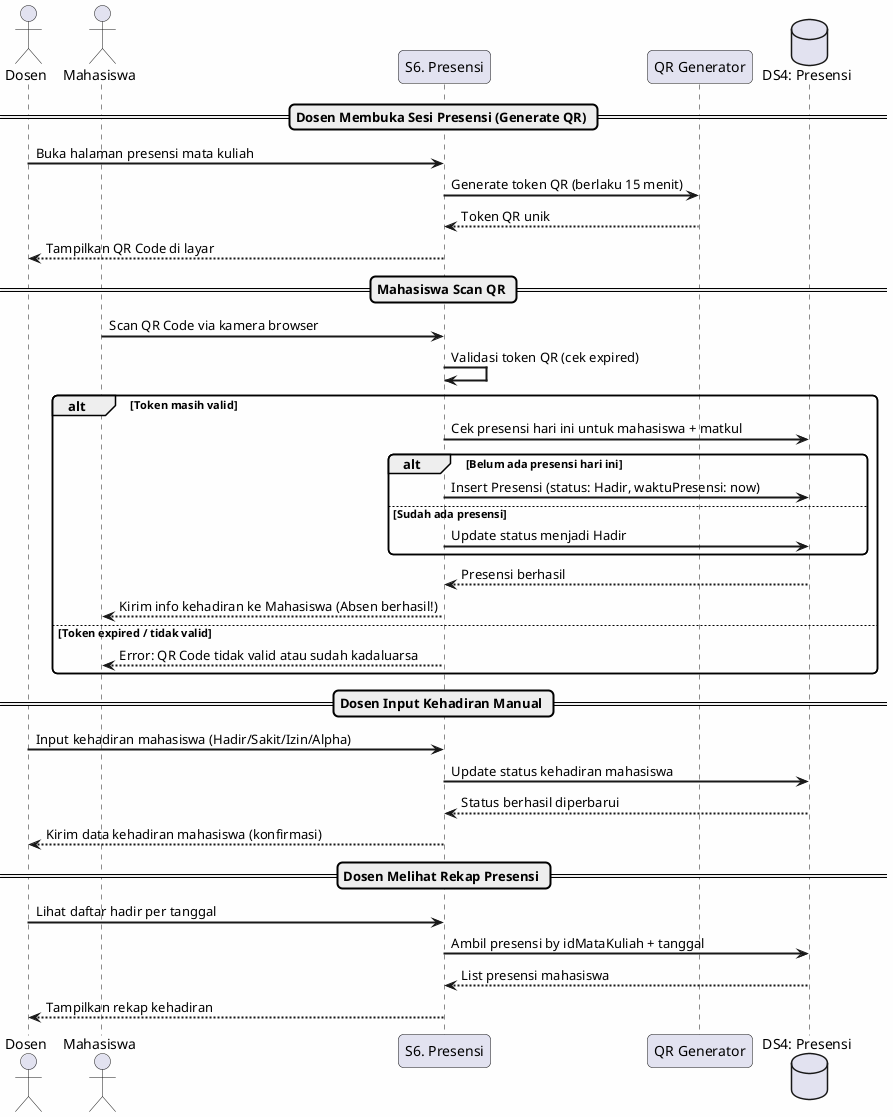
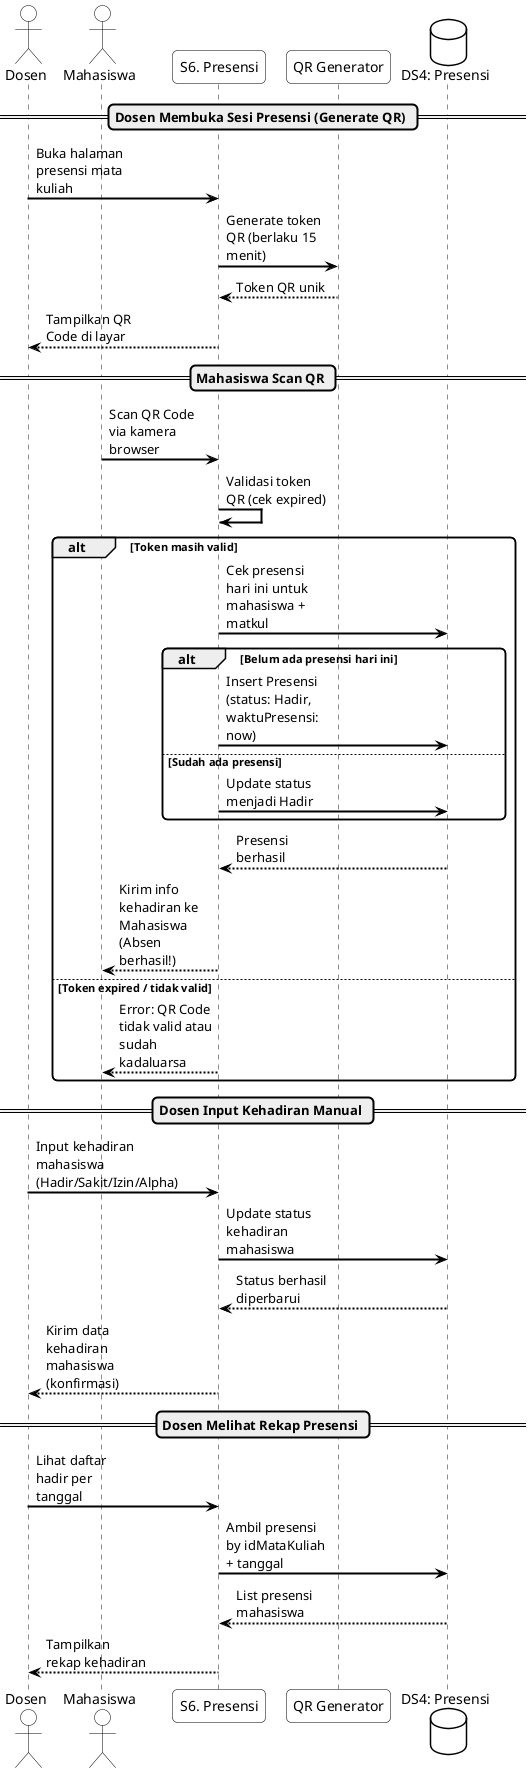
@startuml S6 - Presensi

skinparam sequenceArrowThickness 2
skinparam roundcorner 10
- skinparam backgroundColor #FEFEFE
+ skinparam maxmessagesize 100
+ skinparam backgroundColor #FFFFFF
+ skinparam ArrowColor #000000
+ skinparam BorderColor #000000
+ skinparam ParticipantBackgroundColor #FFFFFF
+ skinparam ParticipantBorderColor #000000
+ skinparam ParticipantFontColor #000000
+ skinparam ActorBackgroundColor #FFFFFF
+ skinparam ActorBorderColor #000000
+ skinparam ActorFontColor #000000
+ skinparam DatabaseBackgroundColor #FFFFFF
+ skinparam DatabaseBorderColor #000000
+ skinparam DatabaseFontColor #000000
+ skinparam BoxBackgroundColor #FFFFFF
+ skinparam BoxBorderColor #000000
+ skinparam BoxFontColor #000000
+ skinparam LifeLineBorderColor #000000
+ skinparam LifeLineBackgroundColor #FFFFFF
+ skinparam NoteBackgroundColor #FFFFFF
+ skinparam NoteBorderColor #000000
+ skinparam NoteFontColor #000000

actor Dosen
actor Mahasiswa
participant "S6. Presensi" as Presensi
participant "QR Generator" as QRGen
database "DS4: Presensi" as DBPresensi

== Dosen Membuka Sesi Presensi (Generate QR) ==

Dosen -> Presensi : Buka halaman presensi mata kuliah
Presensi -> QRGen : Generate token QR (berlaku 15 menit)
QRGen --> Presensi : Token QR unik
Presensi --> Dosen : Tampilkan QR Code di layar

== Mahasiswa Scan QR ==

Mahasiswa -> Presensi : Scan QR Code via kamera browser
Presensi -> Presensi : Validasi token QR (cek expired)
alt Token masih valid
    Presensi -> DBPresensi : Cek presensi hari ini untuk mahasiswa + matkul
    alt Belum ada presensi hari ini
        Presensi -> DBPresensi : Insert Presensi (status: Hadir, waktuPresensi: now)
    else Sudah ada presensi
        Presensi -> DBPresensi : Update status menjadi Hadir
    end
    DBPresensi --> Presensi : Presensi berhasil
    Presensi --> Mahasiswa : Kirim info kehadiran ke Mahasiswa (Absen berhasil!)
else Token expired / tidak valid
    Presensi --> Mahasiswa : Error: QR Code tidak valid atau sudah kadaluarsa
end

== Dosen Input Kehadiran Manual ==

Dosen -> Presensi : Input kehadiran mahasiswa (Hadir/Sakit/Izin/Alpha)
Presensi -> DBPresensi : Update status kehadiran mahasiswa
DBPresensi --> Presensi : Status berhasil diperbarui
Presensi --> Dosen : Kirim data kehadiran mahasiswa (konfirmasi)

== Dosen Melihat Rekap Presensi ==

Dosen -> Presensi : Lihat daftar hadir per tanggal
Presensi -> DBPresensi : Ambil presensi by idMataKuliah + tanggal
DBPresensi --> Presensi : List presensi mahasiswa
Presensi --> Dosen : Tampilkan rekap kehadiran

@enduml
